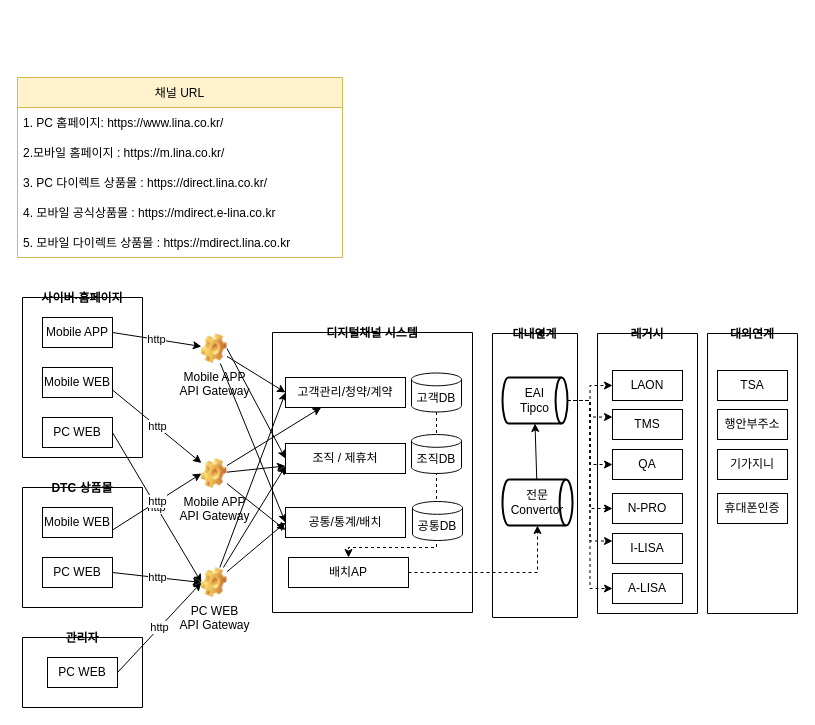
Above: LINA_AA.drawio in DEV-FRAMEWORK/SW-MODEL (draw.io), before the change. Source tidied: cells renumbered, new cells numbered last; positions are measured from the earlier drawing's top-left corner, leaving out a move shared by most shapes. Both pictures are drawn from the tidied source at 100%, with x=0, y=0 at pixel (17, 77).
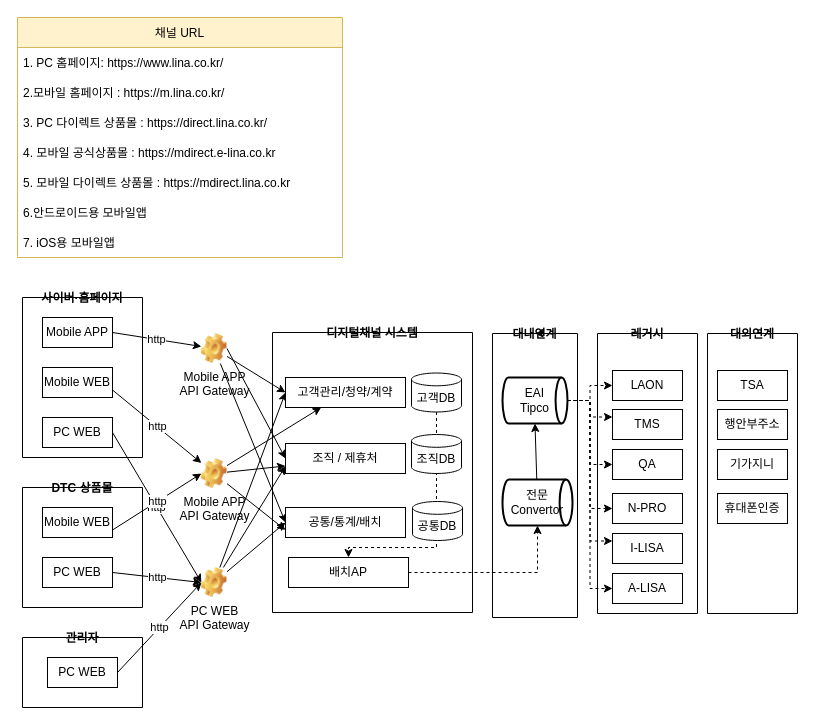
The same diagram, later.

Change to the diagram source:
```diff
@@
     <mxCell id="62" value="채널 URL" style="swimlane;fontStyle=0;horizontal=1;startSize=30;fontFamily=Helvetica;fontSize=12;strokeColor=#d6b656;fillColor=#fff2cc;" parent="1" vertex="1">
-      <mxGeometry width="325" height="180" as="geometry" />
+      <mxGeometry y="-60" width="325" height="240" as="geometry" />
     </mxCell>
@@
+    <mxCell id="68" value="6.안드로이드용 모바일앱 " style="text;strokeColor=none;fillColor=none;align=left;verticalAlign=middle;spacingLeft=4;spacingRight=4;overflow=hidden;fontFamily=Helvetica;fontSize=12;fontColor=default;startSize=0;" parent="62" vertex="1">
+      <mxGeometry y="180" width="325" height="30" as="geometry" />
+    </mxCell>
+    <mxCell id="69" value="7. iOS용 모바일앱" style="text;strokeColor=none;fillColor=none;align=left;verticalAlign=middle;spacingLeft=4;spacingRight=4;overflow=hidden;fontFamily=Helvetica;fontSize=12;fontColor=default;startSize=0;" parent="62" vertex="1">
+      <mxGeometry y="210" width="325" height="30" as="geometry" />
+    </mxCell>
```
